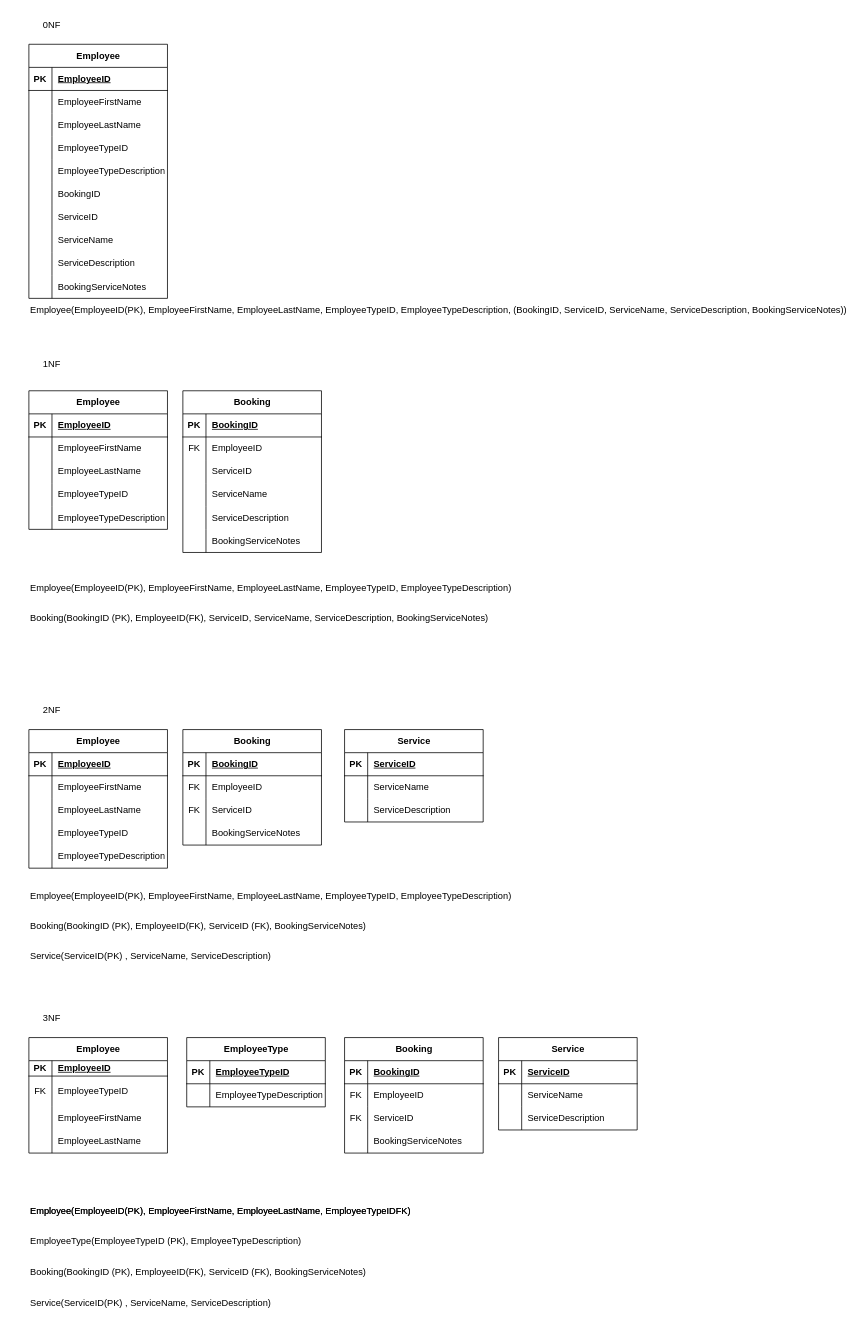
James-Jaffray/Database_Fundamentals_in_Class keeps this draw.io diagram as Assignment 1 - DUE OCT 2/Assignment1_James_Jaffray/View2withTables.drawio. Above is the earlier version. Source tidied: cells renumbered, new cells numbered last; positions are measured from the earlier drawing's top-left corner, leaving out a move shared by most shapes. Both pictures are drawn from the tidied source at 77%, with x=0, y=0 at pixel (28, 13).
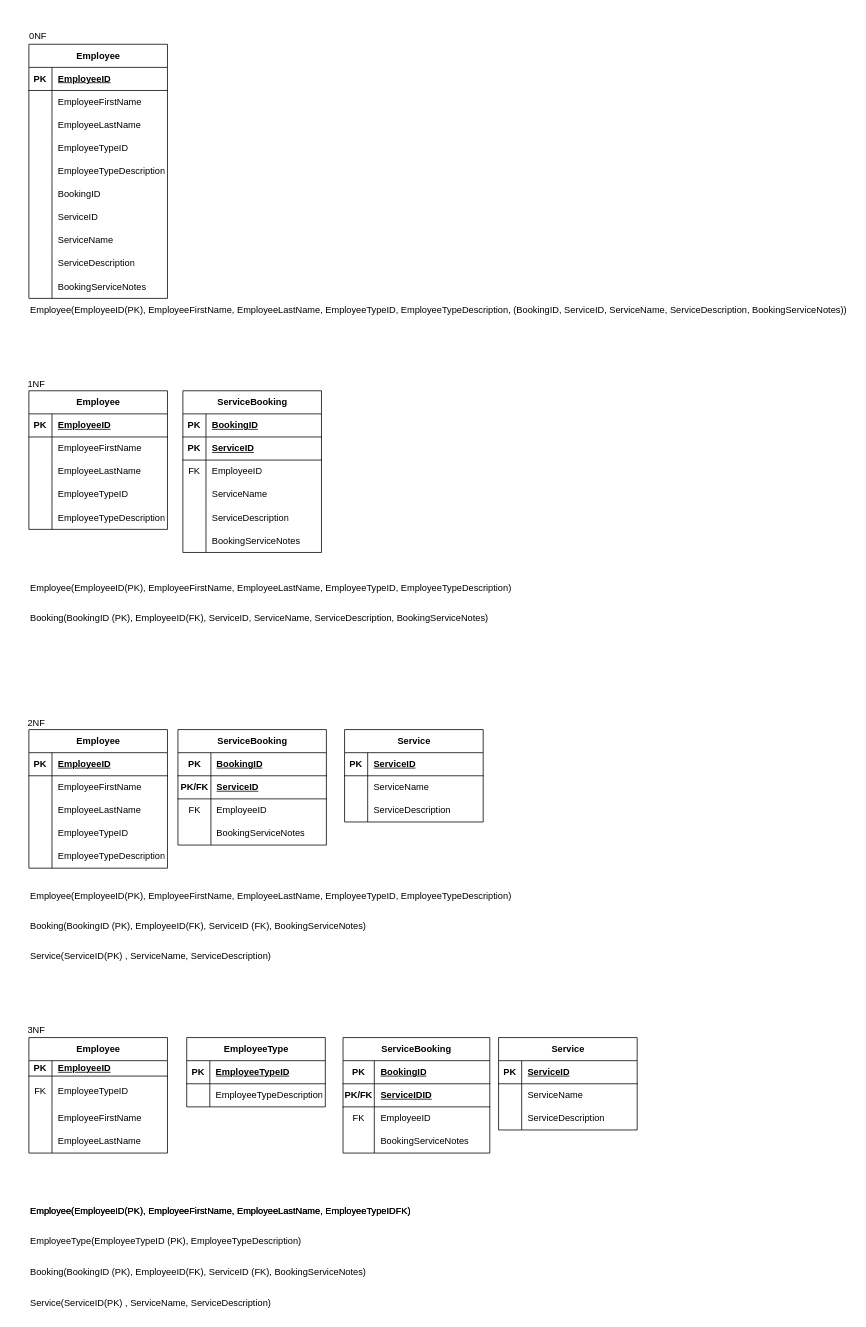
Above is the later version.

What changed in the source:
```diff
@@
     <mxCell id="2" value="0NF" style="text;html=1;whiteSpace=wrap;strokeColor=none;fillColor=none;align=center;verticalAlign=middle;rounded=0;" parent="1" vertex="1">
-      <mxGeometry width="60" height="30" as="geometry" />
+      <mxGeometry x="-18" y="15" width="60" height="30" as="geometry" />
     </mxCell>
     <mxCell id="3" value="1NF" style="text;html=1;whiteSpace=wrap;strokeColor=none;fillColor=none;align=center;verticalAlign=middle;rounded=0;" parent="1" vertex="1">
-      <mxGeometry y="440" width="60" height="30" as="geometry" />
+      <mxGeometry x="-20" y="467" width="60" height="30" as="geometry" />
     </mxCell>
     <mxCell id="4" value="2NF" style="text;html=1;whiteSpace=wrap;strokeColor=none;fillColor=none;align=center;verticalAlign=middle;rounded=0;" parent="1" vertex="1">
-      <mxGeometry y="890" width="60" height="30" as="geometry" />
+      <mxGeometry x="-20" y="907" width="60" height="30" as="geometry" />
     </mxCell>
     <mxCell id="5" value="3NF" style="text;html=1;whiteSpace=wrap;strokeColor=none;fillColor=none;align=center;verticalAlign=middle;rounded=0;" parent="1" vertex="1">
-      <mxGeometry y="1290" width="60" height="30" as="geometry" />
+      <mxGeometry x="-20" y="1305" width="60" height="30" as="geometry" />
     </mxCell>
@@
-    <mxCell id="63" value="Booking" style="shape=table;startSize=30;childLayout=tableLayout;rowLines=0;fontStyle=1;align=center;html=1;" parent="1" vertex="1">
+    <mxCell id="63" value="ServiceBooking" style="shape=table;startSize=30;childLayout=tableLayout;rowLines=0;fontStyle=1;align=center;html=1;" parent="1" vertex="1">
       <mxGeometry x="200" y="490" width="180" height="210" as="geometry" />
     </mxCell>
@@
+    <mxCell id="165" style="shape=tableRow;horizontal=0;startSize=0;swimlaneHead=0;swimlaneBody=0;fillColor=none;top=0;left=0;right=0;bottom=1;" parent="63" vertex="1">
+      <mxGeometry y="60" width="180" height="30" as="geometry" />
+    </mxCell>
+    <mxCell id="166" value="PK" style="shape=partialRectangle;fillColor=none;top=0;left=0;bottom=0;right=0;fontStyle=1;overflow=hidden;whiteSpace=wrap;html=1;" parent="165" vertex="1">
+      <mxGeometry width="30" height="30" as="geometry" />
+    </mxCell>
+    <mxCell id="167" value="ServiceID" style="shape=partialRectangle;fillColor=none;top=0;left=0;bottom=0;right=0;align=left;spacingLeft=6;fontStyle=5;overflow=hidden;whiteSpace=wrap;html=1;" parent="165" vertex="1">
+      <mxGeometry x="30" width="150" height="30" as="geometry" />
+    </mxCell>
     <mxCell id="67" style="shape=tableRow;horizontal=0;startSize=0;swimlaneHead=0;swimlaneBody=0;fillColor=none;top=0;left=0;right=0;bottom=0;" parent="63" vertex="1">
-      <mxGeometry y="60" width="180" height="30" as="geometry" />
+      <mxGeometry y="90" width="180" height="30" as="geometry" />
     </mxCell>
@@
-    <mxCell id="70" style="shape=tableRow;horizontal=0;startSize=0;swimlaneHead=0;swimlaneBody=0;fillColor=none;top=0;left=0;right=0;bottom=0;" parent="63" vertex="1">
-      <mxGeometry y="90" width="180" height="30" as="geometry" />
-    </mxCell>
-    <mxCell id="71" style="shape=partialRectangle;fillColor=none;top=0;left=0;bottom=0;right=0;overflow=hidden;whiteSpace=wrap;html=1;" parent="70" vertex="1">
-      <mxGeometry width="30" height="30" as="geometry" />
-    </mxCell>
-    <mxCell id="72" value="ServiceID" style="shape=partialRectangle;fillColor=none;top=0;left=0;bottom=0;right=0;align=left;spacingLeft=6;overflow=hidden;whiteSpace=wrap;html=1;" parent="70" vertex="1">
-      <mxGeometry x="30" width="150" height="30" as="geometry" />
-    </mxCell>
@@
-    <mxCell id="98" value="Booking" style="shape=table;startSize=30;childLayout=tableLayout;rowLines=0;fontStyle=1;align=center;html=1;" parent="1" vertex="1">
-      <mxGeometry x="200" y="930" width="180" height="150" as="geometry" />
+    <mxCell id="98" value="ServiceBooking" style="shape=table;startSize=30;childLayout=tableLayout;rowLines=0;fontStyle=1;align=center;html=1;" parent="1" vertex="1">
+      <mxGeometry x="193.6" y="930" width="192.8" height="150" as="geometry" />
     </mxCell>
     <mxCell id="99" style="shape=tableRow;horizontal=0;startSize=0;swimlaneHead=0;swimlaneBody=0;fillColor=none;top=0;left=0;right=0;bottom=1;" parent="98" vertex="1">
-      <mxGeometry y="30" width="180" height="30" as="geometry" />
+      <mxGeometry y="30" width="192.8" height="30" as="geometry" />
     </mxCell>
     <mxCell id="100" value="PK" style="shape=partialRectangle;fillColor=none;top=0;left=0;bottom=0;right=0;fontStyle=1;overflow=hidden;whiteSpace=wrap;html=1;" parent="99" vertex="1">
-      <mxGeometry width="30" height="30" as="geometry" />
+      <mxGeometry width="42.8" height="30" as="geometry" />
     </mxCell>
     <mxCell id="101" value="BookingID" style="shape=partialRectangle;fillColor=none;top=0;left=0;bottom=0;right=0;align=left;spacingLeft=6;fontStyle=5;overflow=hidden;whiteSpace=wrap;html=1;" parent="99" vertex="1">
-      <mxGeometry x="30" width="150" height="30" as="geometry" />
+      <mxGeometry x="42.8" width="150" height="30" as="geometry" />
     </mxCell>
+    <mxCell id="168" style="shape=tableRow;horizontal=0;startSize=0;swimlaneHead=0;swimlaneBody=0;fillColor=none;top=0;left=0;right=0;bottom=1;" parent="98" vertex="1">
+      <mxGeometry y="60" width="192.8" height="30" as="geometry" />
+    </mxCell>
+    <mxCell id="169" value="PK/FK" style="shape=partialRectangle;fillColor=none;top=0;left=0;bottom=0;right=0;fontStyle=1;overflow=hidden;whiteSpace=wrap;html=1;" parent="168" vertex="1">
+      <mxGeometry width="42.8" height="30" as="geometry" />
+    </mxCell>
+    <mxCell id="170" value="ServiceID" style="shape=partialRectangle;fillColor=none;top=0;left=0;bottom=0;right=0;align=left;spacingLeft=6;fontStyle=5;overflow=hidden;whiteSpace=wrap;html=1;" parent="168" vertex="1">
+      <mxGeometry x="42.8" width="150" height="30" as="geometry" />
+    </mxCell>
     <mxCell id="102" style="shape=tableRow;horizontal=0;startSize=0;swimlaneHead=0;swimlaneBody=0;fillColor=none;top=0;left=0;right=0;bottom=0;" parent="98" vertex="1">
-      <mxGeometry y="60" width="180" height="30" as="geometry" />
+      <mxGeometry y="90" width="192.8" height="30" as="geometry" />
     </mxCell>
     <mxCell id="103" value="FK" style="shape=partialRectangle;fillColor=none;top=0;left=0;bottom=0;right=0;overflow=hidden;whiteSpace=wrap;html=1;" parent="102" vertex="1">
-      <mxGeometry width="30" height="30" as="geometry" />
+      <mxGeometry width="42.8" height="30" as="geometry" />
     </mxCell>
     <mxCell id="104" value="EmployeeID" style="shape=partialRectangle;fillColor=none;top=0;left=0;bottom=0;right=0;align=left;spacingLeft=6;overflow=hidden;whiteSpace=wrap;html=1;" parent="102" vertex="1">
-      <mxGeometry x="30" width="150" height="30" as="geometry" />
+      <mxGeometry x="42.8" width="150" height="30" as="geometry" />
     </mxCell>
-    <mxCell id="105" style="shape=tableRow;horizontal=0;startSize=0;swimlaneHead=0;swimlaneBody=0;fillColor=none;top=0;left=0;right=0;bottom=0;" parent="98" vertex="1">
-      <mxGeometry y="90" width="180" height="30" as="geometry" />
-    </mxCell>
-    <mxCell id="106" value="FK" style="shape=partialRectangle;fillColor=none;top=0;left=0;bottom=0;right=0;overflow=hidden;whiteSpace=wrap;html=1;" parent="105" vertex="1">
-      <mxGeometry width="30" height="30" as="geometry" />
-    </mxCell>
-    <mxCell id="107" value="ServiceID" style="shape=partialRectangle;fillColor=none;top=0;left=0;bottom=0;right=0;align=left;spacingLeft=6;overflow=hidden;whiteSpace=wrap;html=1;" parent="105" vertex="1">
-      <mxGeometry x="30" width="150" height="30" as="geometry" />
-    </mxCell>
     <mxCell id="108" style="shape=tableRow;horizontal=0;startSize=0;swimlaneHead=0;swimlaneBody=0;fillColor=none;top=0;left=0;right=0;bottom=0;" parent="98" vertex="1">
-      <mxGeometry y="120" width="180" height="30" as="geometry" />
+      <mxGeometry y="120" width="192.8" height="30" as="geometry" />
     </mxCell>
     <mxCell id="109" style="shape=partialRectangle;fillColor=none;top=0;left=0;bottom=0;right=0;overflow=hidden;whiteSpace=wrap;html=1;" parent="108" vertex="1">
-      <mxGeometry width="30" height="30" as="geometry" />
+      <mxGeometry width="42.8" height="30" as="geometry" />
     </mxCell>
     <mxCell id="110" value="BookingServiceNotes" style="shape=partialRectangle;fillColor=none;top=0;left=0;bottom=0;right=0;align=left;spacingLeft=6;overflow=hidden;whiteSpace=wrap;html=1;" parent="108" vertex="1">
-      <mxGeometry x="30" width="150" height="30" as="geometry" />
+      <mxGeometry x="42.8" width="150" height="30" as="geometry" />
     </mxCell>
@@
-    <mxCell id="134" value="Booking" style="shape=table;startSize=30;childLayout=tableLayout;rowLines=0;fontStyle=1;align=center;html=1;" parent="1" vertex="1">
-      <mxGeometry x="410" y="1330" width="180" height="150" as="geometry" />
+    <mxCell id="134" value="ServiceBooking" style="shape=table;startSize=30;childLayout=tableLayout;rowLines=0;fontStyle=1;align=center;html=1;" parent="1" vertex="1">
+      <mxGeometry x="408" y="1330" width="190.6" height="150" as="geometry" />
     </mxCell>
     <mxCell id="135" style="shape=tableRow;horizontal=0;startSize=0;swimlaneHead=0;swimlaneBody=0;fillColor=none;top=0;left=0;right=0;bottom=1;" parent="134" vertex="1">
-      <mxGeometry y="30" width="180" height="30" as="geometry" />
+      <mxGeometry y="30" width="190.6" height="30" as="geometry" />
     </mxCell>
     <mxCell id="136" value="PK" style="shape=partialRectangle;fillColor=none;top=0;left=0;bottom=0;right=0;fontStyle=1;overflow=hidden;whiteSpace=wrap;html=1;" parent="135" vertex="1">
-      <mxGeometry width="30" height="30" as="geometry" />
+      <mxGeometry width="40.6" height="30" as="geometry" />
     </mxCell>
     <mxCell id="137" value="BookingID" style="shape=partialRectangle;fillColor=none;top=0;left=0;bottom=0;right=0;align=left;spacingLeft=6;fontStyle=5;overflow=hidden;whiteSpace=wrap;html=1;" parent="135" vertex="1">
-      <mxGeometry x="30" width="150" height="30" as="geometry" />
+      <mxGeometry x="40.6" width="150" height="30" as="geometry" />
     </mxCell>
+    <mxCell id="171" style="shape=tableRow;horizontal=0;startSize=0;swimlaneHead=0;swimlaneBody=0;fillColor=none;top=0;left=0;right=0;bottom=1;" parent="134" vertex="1">
+      <mxGeometry y="60" width="190.6" height="30" as="geometry" />
+    </mxCell>
+    <mxCell id="172" value="PK/FK" style="shape=partialRectangle;fillColor=none;top=0;left=0;bottom=0;right=0;fontStyle=1;overflow=hidden;whiteSpace=wrap;html=1;" parent="171" vertex="1">
+      <mxGeometry width="40.6" height="30" as="geometry" />
+    </mxCell>
+    <mxCell id="173" value="ServiceIDID" style="shape=partialRectangle;fillColor=none;top=0;left=0;bottom=0;right=0;align=left;spacingLeft=6;fontStyle=5;overflow=hidden;whiteSpace=wrap;html=1;" parent="171" vertex="1">
+      <mxGeometry x="40.6" width="150" height="30" as="geometry" />
+    </mxCell>
     <mxCell id="138" style="shape=tableRow;horizontal=0;startSize=0;swimlaneHead=0;swimlaneBody=0;fillColor=none;top=0;left=0;right=0;bottom=0;" parent="134" vertex="1">
-      <mxGeometry y="60" width="180" height="30" as="geometry" />
+      <mxGeometry y="90" width="190.6" height="30" as="geometry" />
     </mxCell>
     <mxCell id="139" value="FK" style="shape=partialRectangle;fillColor=none;top=0;left=0;bottom=0;right=0;overflow=hidden;whiteSpace=wrap;html=1;" parent="138" vertex="1">
-      <mxGeometry width="30" height="30" as="geometry" />
+      <mxGeometry width="40.6" height="30" as="geometry" />
     </mxCell>
     <mxCell id="140" value="EmployeeID" style="shape=partialRectangle;fillColor=none;top=0;left=0;bottom=0;right=0;align=left;spacingLeft=6;overflow=hidden;whiteSpace=wrap;html=1;" parent="138" vertex="1">
-      <mxGeometry x="30" width="150" height="30" as="geometry" />
+      <mxGeometry x="40.6" width="150" height="30" as="geometry" />
     </mxCell>
-    <mxCell id="141" style="shape=tableRow;horizontal=0;startSize=0;swimlaneHead=0;swimlaneBody=0;fillColor=none;top=0;left=0;right=0;bottom=0;" parent="134" vertex="1">
-      <mxGeometry y="90" width="180" height="30" as="geometry" />
-    </mxCell>
-    <mxCell id="142" value="FK" style="shape=partialRectangle;fillColor=none;top=0;left=0;bottom=0;right=0;overflow=hidden;whiteSpace=wrap;html=1;" parent="141" vertex="1">
-      <mxGeometry width="30" height="30" as="geometry" />
-    </mxCell>
-    <mxCell id="143" value="ServiceID" style="shape=partialRectangle;fillColor=none;top=0;left=0;bottom=0;right=0;align=left;spacingLeft=6;overflow=hidden;whiteSpace=wrap;html=1;" parent="141" vertex="1">
-      <mxGeometry x="30" width="150" height="30" as="geometry" />
-    </mxCell>
     <mxCell id="144" style="shape=tableRow;horizontal=0;startSize=0;swimlaneHead=0;swimlaneBody=0;fillColor=none;top=0;left=0;right=0;bottom=0;" parent="134" vertex="1">
-      <mxGeometry y="120" width="180" height="30" as="geometry" />
+      <mxGeometry y="120" width="190.6" height="30" as="geometry" />
     </mxCell>
     <mxCell id="145" style="shape=partialRectangle;fillColor=none;top=0;left=0;bottom=0;right=0;overflow=hidden;whiteSpace=wrap;html=1;" parent="144" vertex="1">
-      <mxGeometry width="30" height="30" as="geometry" />
+      <mxGeometry width="40.6" height="30" as="geometry" />
     </mxCell>
     <mxCell id="146" value="BookingServiceNotes" style="shape=partialRectangle;fillColor=none;top=0;left=0;bottom=0;right=0;align=left;spacingLeft=6;overflow=hidden;whiteSpace=wrap;html=1;" parent="144" vertex="1">
-      <mxGeometry x="30" width="150" height="30" as="geometry" />
+      <mxGeometry x="40.6" width="150" height="30" as="geometry" />
     </mxCell>
```
